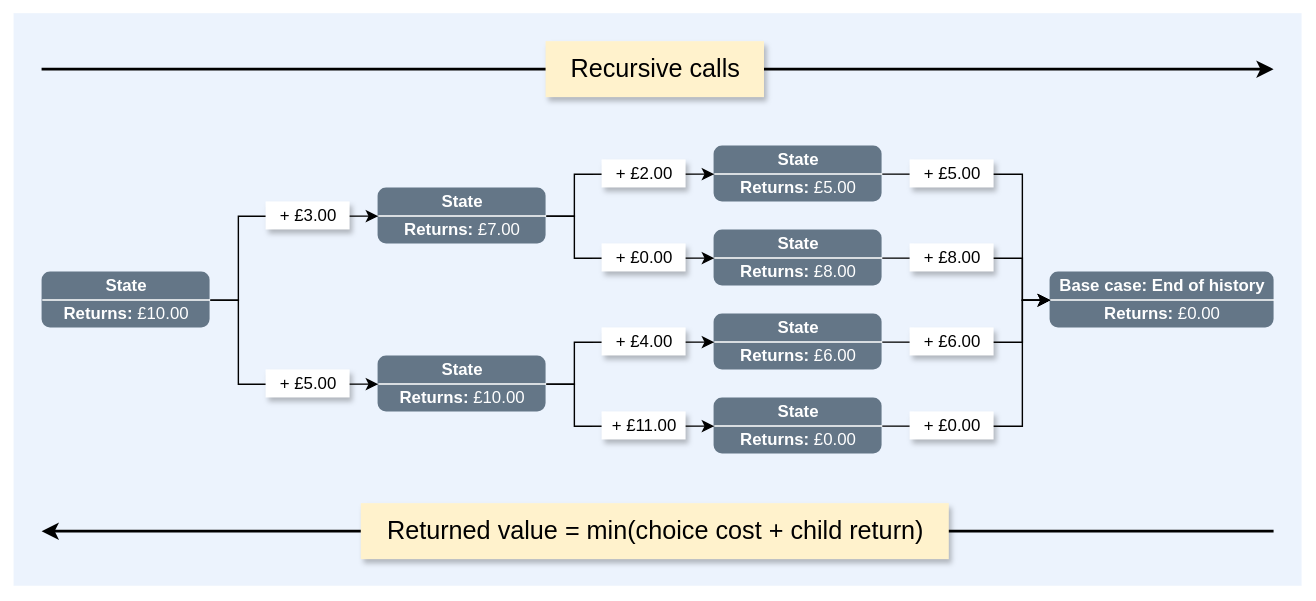
Before: figures/farewise_recursion.svg, a diagram exported from draw.io (wahreus/farewise). Source tidied: cells renumbered, new cells last; positions are measured from the earlier drawing's top-left corner, leaving out a move shared by most shapes.
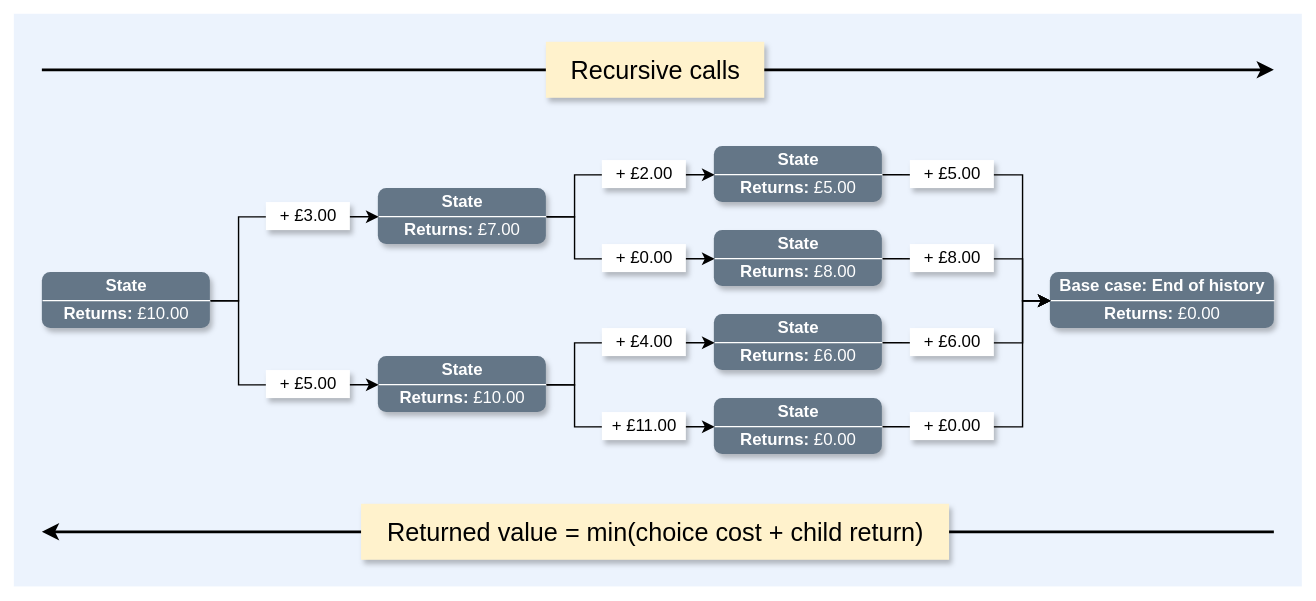
Later version of the same file.

What changed in the source:
```diff
@@ -8,7 +8,7 @@
     <mxCell id="3" style="group;" parent="1" vertex="1">
       <mxGeometry x="20" y="184.5" width="120" height="40" as="geometry" />
     </mxCell>
-    <mxCell id="4" style="rounded=1;whiteSpace=wrap;html=1;fillColor=#647687;fontColor=#ffffff;strokeColor=none;" parent="3" vertex="1">
+    <mxCell id="4" style="rounded=1;whiteSpace=wrap;html=1;fillColor=#647687;fontColor=#ffffff;strokeColor=none;shadow=1;" parent="3" vertex="1">
       <mxGeometry width="120" height="40" as="geometry" />
     </mxCell>
     <mxCell id="5" style="endArrow=none;html=1;rounded=0;entryX=1;entryY=0.75;entryDx=0;entryDy=0;strokeColor=light-dark(#FFFFFF,#FFFFFF);exitX=0;exitY=0.75;exitDx=0;exitDy=0;" parent="3" edge="1">
@@ -26,7 +26,7 @@
     <mxCell id="8" style="group;" parent="1" vertex="1">
       <mxGeometry x="260" y="124.5" width="120" height="40" as="geometry" />
     </mxCell>
-    <mxCell id="9" style="rounded=1;whiteSpace=wrap;html=1;fillColor=#647687;fontColor=#ffffff;strokeColor=none;" parent="8" vertex="1">
+    <mxCell id="9" style="rounded=1;whiteSpace=wrap;html=1;fillColor=#647687;fontColor=#ffffff;strokeColor=none;shadow=1;" parent="8" vertex="1">
       <mxGeometry width="120" height="40" as="geometry" />
     </mxCell>
     <mxCell id="10" style="endArrow=none;html=1;rounded=0;entryX=1;entryY=0.75;entryDx=0;entryDy=0;strokeColor=light-dark(#FFFFFF,#FFFFFF);exitX=0;exitY=0.75;exitDx=0;exitDy=0;" parent="8" edge="1">
@@ -55,7 +55,7 @@
     <mxCell id="15" style="group;" parent="1" vertex="1">
       <mxGeometry x="260" y="244.5" width="120" height="40" as="geometry" />
     </mxCell>
-    <mxCell id="16" style="rounded=1;whiteSpace=wrap;html=1;fillColor=#647687;fontColor=#ffffff;strokeColor=none;" parent="15" vertex="1">
+    <mxCell id="16" style="rounded=1;whiteSpace=wrap;html=1;fillColor=#647687;fontColor=#ffffff;strokeColor=none;shadow=1;" parent="15" vertex="1">
       <mxGeometry width="120" height="40" as="geometry" />
     </mxCell>
     <mxCell id="17" style="endArrow=none;html=1;rounded=0;entryX=1;entryY=0.75;entryDx=0;entryDy=0;strokeColor=light-dark(#FFFFFF,#FFFFFF);exitX=0;exitY=0.75;exitDx=0;exitDy=0;" parent="15" edge="1">
@@ -84,7 +84,7 @@
     <mxCell id="22" style="group;" parent="1" vertex="1">
       <mxGeometry x="500" y="94.5" width="120" height="40" as="geometry" />
     </mxCell>
-    <mxCell id="23" style="rounded=1;whiteSpace=wrap;html=1;fillColor=#647687;fontColor=#ffffff;strokeColor=none;" parent="22" vertex="1">
+    <mxCell id="23" style="rounded=1;whiteSpace=wrap;html=1;fillColor=#647687;fontColor=#ffffff;strokeColor=none;shadow=1;" parent="22" vertex="1">
       <mxGeometry width="120" height="40" as="geometry" />
     </mxCell>
     <mxCell id="24" style="endArrow=none;html=1;rounded=0;entryX=1;entryY=0.75;entryDx=0;entryDy=0;strokeColor=light-dark(#FFFFFF,#FFFFFF);exitX=0;exitY=0.75;exitDx=0;exitDy=0;" parent="22" edge="1">
@@ -113,7 +113,7 @@
     <mxCell id="29" style="group;" parent="1" vertex="1">
       <mxGeometry x="500" y="154.5" width="120" height="40" as="geometry" />
     </mxCell>
-    <mxCell id="30" style="rounded=1;whiteSpace=wrap;html=1;fillColor=#647687;fontColor=#ffffff;strokeColor=none;" parent="29" vertex="1">
+    <mxCell id="30" style="rounded=1;whiteSpace=wrap;html=1;fillColor=#647687;fontColor=#ffffff;strokeColor=none;shadow=1;" parent="29" vertex="1">
       <mxGeometry width="120" height="40" as="geometry" />
     </mxCell>
     <mxCell id="31" style="endArrow=none;html=1;rounded=0;entryX=1;entryY=0.75;entryDx=0;entryDy=0;strokeColor=light-dark(#FFFFFF,#FFFFFF);exitX=0;exitY=0.75;exitDx=0;exitDy=0;" parent="29" edge="1">
@@ -142,7 +142,7 @@
     <mxCell id="36" style="group;" parent="1" vertex="1">
       <mxGeometry x="500" y="214.5" width="120" height="40" as="geometry" />
     </mxCell>
-    <mxCell id="37" style="rounded=1;whiteSpace=wrap;html=1;fillColor=#647687;fontColor=#ffffff;strokeColor=none;" parent="36" vertex="1">
+    <mxCell id="37" style="rounded=1;whiteSpace=wrap;html=1;fillColor=#647687;fontColor=#ffffff;strokeColor=none;shadow=1;" parent="36" vertex="1">
       <mxGeometry width="120" height="40" as="geometry" />
     </mxCell>
     <mxCell id="38" style="endArrow=none;html=1;rounded=0;entryX=1;entryY=0.75;entryDx=0;entryDy=0;strokeColor=light-dark(#FFFFFF,#FFFFFF);exitX=0;exitY=0.75;exitDx=0;exitDy=0;" parent="36" edge="1">
@@ -160,7 +160,7 @@
     <mxCell id="41" style="group;" parent="1" vertex="1">
       <mxGeometry x="500" y="274.5" width="120" height="40" as="geometry" />
     </mxCell>
-    <mxCell id="42" style="rounded=1;whiteSpace=wrap;html=1;fillColor=#647687;fontColor=#ffffff;strokeColor=none;" parent="41" vertex="1">
+    <mxCell id="42" style="rounded=1;whiteSpace=wrap;html=1;fillColor=#647687;fontColor=#ffffff;strokeColor=none;shadow=1;" parent="41" vertex="1">
       <mxGeometry width="120" height="40" as="geometry" />
     </mxCell>
     <mxCell id="43" style="endArrow=none;html=1;rounded=0;entryX=1;entryY=0.75;entryDx=0;entryDy=0;strokeColor=light-dark(#FFFFFF,#FFFFFF);exitX=0;exitY=0.75;exitDx=0;exitDy=0;" parent="41" edge="1">
@@ -197,10 +197,10 @@
     <mxCell id="49" value="+ £11.00" style="rounded=0;whiteSpace=wrap;html=1;strokeColor=none;shadow=1;" parent="1" vertex="1">
       <mxGeometry x="420" y="284.5" width="60" height="20" as="geometry" />
     </mxCell>
-    <mxCell id="50" style="group;" parent="1" vertex="1">
+    <mxCell id="50" style="group;shadow=0;" parent="1" vertex="1">
       <mxGeometry x="740" y="184.5" width="160" height="40" as="geometry" />
     </mxCell>
-    <mxCell id="51" style="rounded=1;whiteSpace=wrap;html=1;fillColor=#647687;fontColor=#ffffff;strokeColor=none;" parent="50" vertex="1">
+    <mxCell id="51" style="rounded=1;whiteSpace=wrap;html=1;fillColor=#647687;fontColor=#ffffff;strokeColor=none;shadow=1;" parent="50" vertex="1">
       <mxGeometry width="160" height="40" as="geometry" />
     </mxCell>
     <mxCell id="52" style="endArrow=none;html=1;rounded=0;entryX=1;entryY=0.75;entryDx=0;entryDy=0;strokeColor=light-dark(#FFFFFF,#FFFFFF);exitX=0;exitY=0.75;exitDx=0;exitDy=0;" parent="50" edge="1">
```
